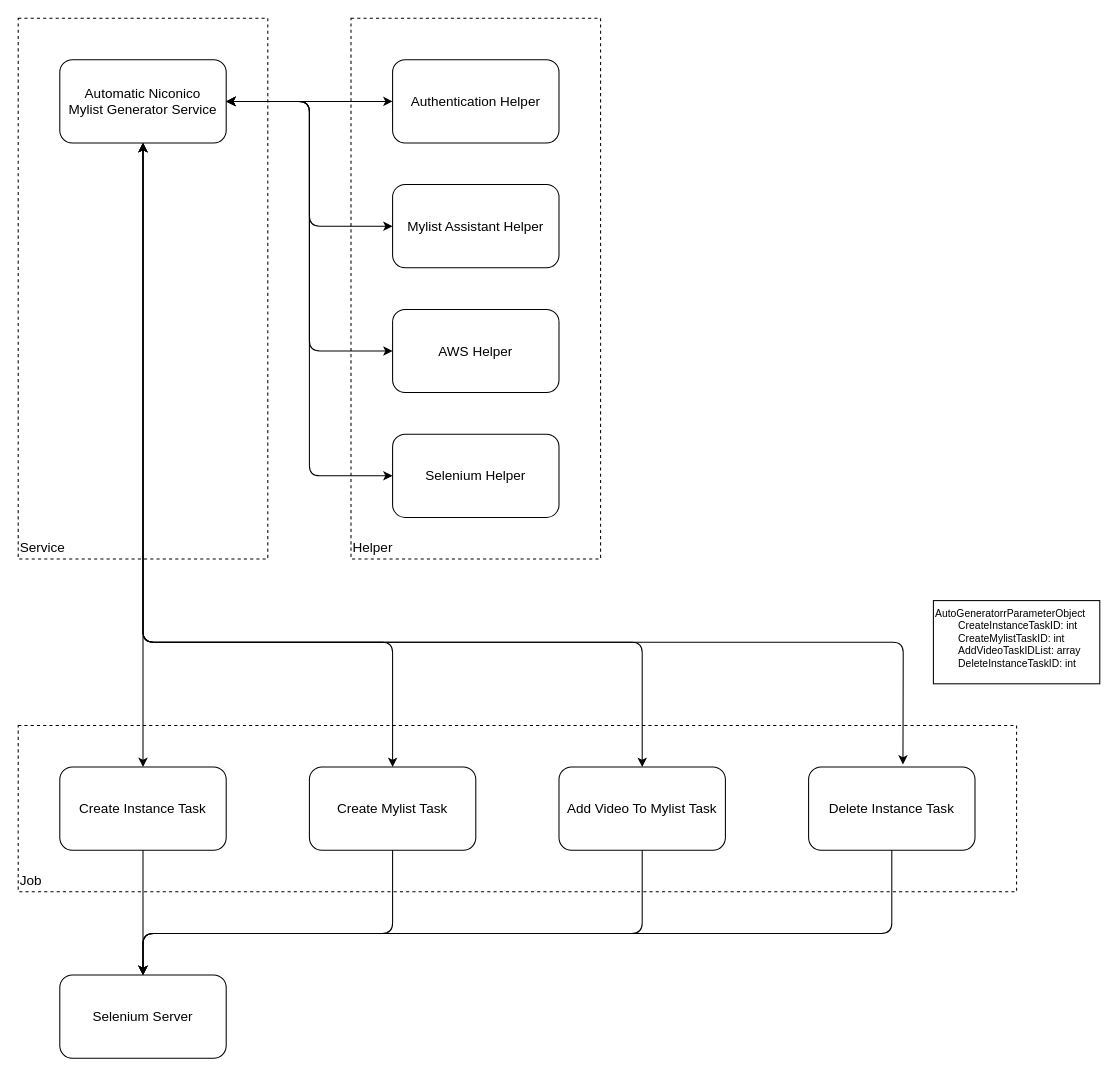
Before: page "Component" (2 of 2) of Doc/AutomaticNiconicoMylistGenerator/assets/assets.drawio in PONzu-0529/ponzu0529-niconico, a draw.io diagram. Source tidied: cells renumbered, new cells numbered last; positions are measured from the earlier drawing's top-left corner, leaving out a move shared by most shapes. Both pictures are drawn from the tidied source at 104%, with x=0, y=0 at pixel (18, 18).
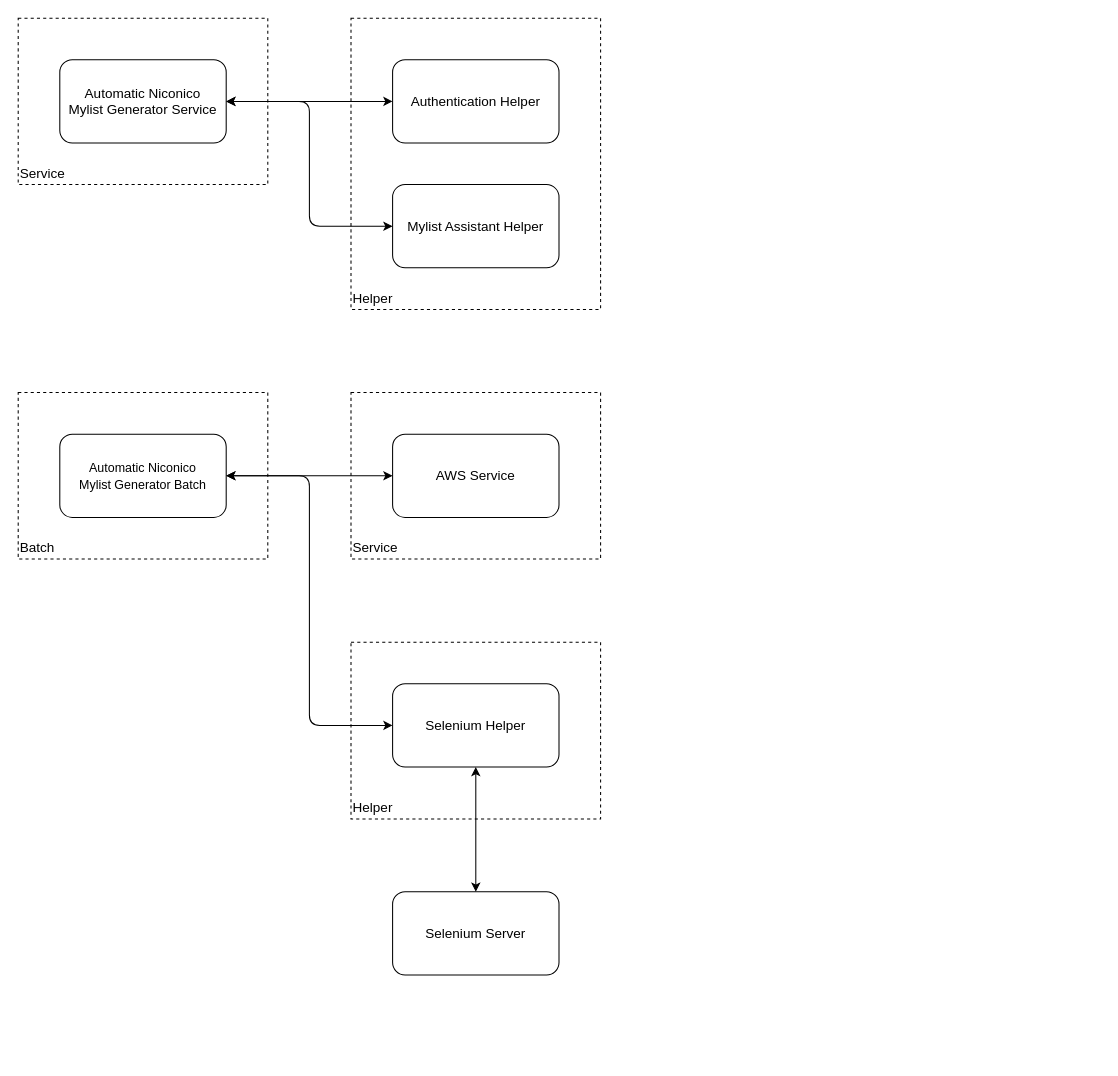
The same page after the edit.

The change refers to these unchanged cells:
```xml
<mxCell id="22" value="Automatic Niconico&lt;br&gt;Mylist Generator Service" style="rounded=1;whiteSpace=wrap;html=1;fillColor=none;fontSize=13;" parent="1" vertex="1">
  <mxGeometry x="40" y="40" width="160" height="80" as="geometry" />
</mxCell>
<mxCell id="25" value="Mylist Assistant Helper" style="rounded=1;whiteSpace=wrap;html=1;fillColor=none;fontSize=13;" parent="1" vertex="1">
  <mxGeometry x="360" y="160" width="160" height="80" as="geometry" />
</mxCell>
<mxCell id="26" value="Authentication Helper" style="rounded=1;whiteSpace=wrap;html=1;fillColor=none;fontSize=13;" parent="1" vertex="1">
  <mxGeometry x="360" y="40" width="160" height="80" as="geometry" />
</mxCell>
```

The edit, as a diff of the source:
```diff
@@
     <mxCell id="2" value="&lt;font style=&quot;font-size: 13px;&quot;&gt;Selenium Server&lt;/font&gt;" style="rounded=1;whiteSpace=wrap;html=1;fillColor=none;fontSize=13;" parent="1" vertex="1">
-      <mxGeometry x="40" y="920" width="160" height="80" as="geometry" />
+      <mxGeometry x="360" y="840" width="160" height="80" as="geometry" />
     </mxCell>
-    <mxCell id="3" value="Job" style="rounded=0;whiteSpace=wrap;html=1;fontSize=13;fillColor=none;align=left;verticalAlign=bottom;dashed=1;" parent="1" vertex="1">
-      <mxGeometry y="680" width="960" height="160" as="geometry" />
+    <mxCell id="3" value="Batch" style="rounded=0;whiteSpace=wrap;html=1;fontSize=13;fillColor=none;align=left;verticalAlign=bottom;dashed=1;" parent="1" vertex="1">
+      <mxGeometry y="360" width="240" height="160" as="geometry" />
     </mxCell>
-    <mxCell id="4" style="edgeStyle=none;html=1;exitX=0.5;exitY=1;exitDx=0;exitDy=0;entryX=0.5;entryY=0;entryDx=0;entryDy=0;fontSize=10;" parent="1" edge="1" source="5" target="2">
-      <mxGeometry relative="1" as="geometry" />
-    </mxCell>
+    <mxCell id="28" style="edgeStyle=none;html=1;exitX=1;exitY=0.5;exitDx=0;exitDy=0;entryX=0;entryY=0.5;entryDx=0;entryDy=0;startArrow=classic;startFill=1;" parent="1" edge="1" source="5" target="31">
+      <mxGeometry relative="1" as="geometry" />
+    </mxCell>
+    <mxCell id="29" style="edgeStyle=none;html=1;exitX=1;exitY=0.5;exitDx=0;exitDy=0;entryX=0;entryY=0.5;entryDx=0;entryDy=0;startArrow=classic;startFill=1;" parent="1" edge="1" source="5" target="24">
+      <mxGeometry relative="1" as="geometry">
+        <Array as="points">
+          <mxPoint x="280" y="440" />
+          <mxPoint x="280" y="680" />
+        </Array>
+      </mxGeometry>
+    </mxCell>
-    <mxCell id="5" value="&lt;font style=&quot;font-size: 13px;&quot;&gt;Create Instance Task&lt;/font&gt;" style="rounded=1;whiteSpace=wrap;html=1;fillColor=none;fontSize=13;" parent="1" vertex="1">
-      <mxGeometry x="40" y="720" width="160" height="80" as="geometry" />
+    <mxCell id="5" value="&lt;span style=&quot;font-size: 12px; text-align: left;&quot;&gt;Automatic Niconico&lt;br&gt;Mylist Generator Batch&lt;/span&gt;" style="rounded=1;whiteSpace=wrap;html=1;fillColor=none;fontSize=13;" parent="1" vertex="1">
+      <mxGeometry x="40" y="400" width="160" height="80" as="geometry" />
     </mxCell>
-    <mxCell id="6" style="edgeStyle=none;html=1;exitX=0.5;exitY=1;exitDx=0;exitDy=0;entryX=0.5;entryY=0;entryDx=0;entryDy=0;fontSize=10;" parent="1" edge="1" source="7" target="2">
-      <mxGeometry relative="1" as="geometry">
-        <Array as="points">
-          <mxPoint x="360" y="880" />
-          <mxPoint x="120" y="880" />
-        </Array>
-      </mxGeometry>
-    </mxCell>
-    <mxCell id="7" value="&lt;font style=&quot;font-size: 13px;&quot;&gt;Create Mylist Task&lt;/font&gt;" style="rounded=1;whiteSpace=wrap;html=1;fillColor=none;fontSize=13;" parent="1" vertex="1">
-      <mxGeometry x="280" y="720" width="160" height="80" as="geometry" />
-    </mxCell>
-    <mxCell id="8" style="edgeStyle=none;html=1;exitX=0.5;exitY=1;exitDx=0;exitDy=0;entryX=0.5;entryY=0;entryDx=0;entryDy=0;fontSize=10;" parent="1" edge="1" source="9" target="2">
-      <mxGeometry relative="1" as="geometry">
-        <Array as="points">
-          <mxPoint x="600" y="880" />
-          <mxPoint x="120" y="880" />
-        </Array>
-      </mxGeometry>
-    </mxCell>
-    <mxCell id="9" value="&lt;font style=&quot;font-size: 13px;&quot;&gt;Add Video To Mylist Task&lt;/font&gt;" style="rounded=1;whiteSpace=wrap;html=1;fillColor=none;fontSize=13;" parent="1" vertex="1">
-      <mxGeometry x="520" y="720" width="160" height="80" as="geometry" />
-    </mxCell>
-    <mxCell id="10" style="edgeStyle=none;html=1;exitX=0.5;exitY=1;exitDx=0;exitDy=0;entryX=0.5;entryY=0;entryDx=0;entryDy=0;fontSize=10;" parent="1" edge="1" source="11" target="2">
-      <mxGeometry relative="1" as="geometry">
-        <Array as="points">
-          <mxPoint x="840" y="880" />
-          <mxPoint x="120" y="880" />
-        </Array>
-      </mxGeometry>
-    </mxCell>
-    <mxCell id="11" value="&lt;font style=&quot;font-size: 13px;&quot;&gt;Delete Instance Task&lt;/font&gt;" style="rounded=1;whiteSpace=wrap;html=1;fillColor=none;fontSize=13;" parent="1" vertex="1">
-      <mxGeometry x="760" y="720" width="160" height="80" as="geometry" />
-    </mxCell>
     <mxCell id="12" value="Service" style="rounded=0;whiteSpace=wrap;html=1;fontSize=13;fillColor=none;align=left;verticalAlign=bottom;dashed=1;" parent="1" vertex="1">
-      <mxGeometry width="240" height="520" as="geometry" />
+      <mxGeometry width="240" height="160" as="geometry" />
     </mxCell>
     <mxCell id="13" value="Helper" style="rounded=0;whiteSpace=wrap;html=1;fontSize=13;fillColor=none;align=left;verticalAlign=bottom;dashed=1;" parent="1" vertex="1">
-      <mxGeometry x="320" width="240" height="520" as="geometry" />
+      <mxGeometry x="320" width="240" height="280" as="geometry" />
     </mxCell>
-    <mxCell id="14" style="edgeStyle=none;html=1;exitX=0.5;exitY=1;exitDx=0;exitDy=0;fontSize=13;startArrow=classic;startFill=1;entryX=0.5;entryY=0;entryDx=0;entryDy=0;" parent="1" edge="1" source="22" target="7">
-      <mxGeometry relative="1" as="geometry">
-        <Array as="points">
-          <mxPoint x="120" y="600" />
-          <mxPoint x="360" y="600" />
-        </Array>
-      </mxGeometry>
-    </mxCell>
+    <mxCell id="17" style="edgeStyle=none;html=1;exitX=1;exitY=0.5;exitDx=0;exitDy=0;entryX=0;entryY=0.5;entryDx=0;entryDy=0;startArrow=classic;startFill=1;" parent="1" edge="1" source="22" target="25">
+      <mxGeometry relative="1" as="geometry">
+        <Array as="points">
+          <mxPoint x="280" y="80" />
+          <mxPoint x="280" y="200" />
+        </Array>
+      </mxGeometry>
+    </mxCell>
-    <mxCell id="15" style="edgeStyle=none;html=1;exitX=1;exitY=0.5;exitDx=0;exitDy=0;entryX=0;entryY=0.5;entryDx=0;entryDy=0;fontSize=13;startArrow=classic;startFill=1;" parent="1" edge="1" source="22" target="26">
+    <mxCell id="15" style="edgeStyle=none;html=1;exitX=1;exitY=0.5;exitDx=0;exitDy=0;entryX=0;entryY=0.5;entryDx=0;entryDy=0;startArrow=classic;startFill=1;" parent="1" edge="1" source="22" target="26">
       <mxGeometry relative="1" as="geometry" />
     </mxCell>
-    <mxCell id="16" style="edgeStyle=none;html=1;exitX=0.5;exitY=1;exitDx=0;exitDy=0;entryX=0.5;entryY=0;entryDx=0;entryDy=0;fontSize=13;startArrow=classic;startFill=1;" parent="1" edge="1" source="22" target="5">
-      <mxGeometry relative="1" as="geometry">
-        <Array as="points">
-          <mxPoint x="120" y="560" />
-        </Array>
-      </mxGeometry>
-    </mxCell>
-    <mxCell id="17" style="edgeStyle=none;html=1;exitX=1;exitY=0.5;exitDx=0;exitDy=0;entryX=0;entryY=0.5;entryDx=0;entryDy=0;fontSize=13;startArrow=classic;startFill=1;" parent="1" edge="1" source="22" target="25">
-      <mxGeometry relative="1" as="geometry">
-        <Array as="points">
-          <mxPoint x="280" y="80" />
-          <mxPoint x="280" y="200" />
-        </Array>
-      </mxGeometry>
-    </mxCell>
-    <mxCell id="18" style="edgeStyle=none;html=1;exitX=1;exitY=0.5;exitDx=0;exitDy=0;entryX=0;entryY=0.5;entryDx=0;entryDy=0;fontSize=13;startArrow=classic;startFill=1;" parent="1" edge="1" source="22" target="23">
-      <mxGeometry relative="1" as="geometry">
-        <Array as="points">
-          <mxPoint x="280" y="80" />
-          <mxPoint x="280" y="320" />
-        </Array>
-      </mxGeometry>
-    </mxCell>
-    <mxCell id="19" style="edgeStyle=none;html=1;exitX=1;exitY=0.5;exitDx=0;exitDy=0;entryX=0;entryY=0.5;entryDx=0;entryDy=0;fontSize=13;startArrow=classic;startFill=1;" parent="1" edge="1" source="22" target="24">
-      <mxGeometry relative="1" as="geometry">
-        <Array as="points">
-          <mxPoint x="280" y="80" />
-          <mxPoint x="280" y="440" />
-        </Array>
-      </mxGeometry>
-    </mxCell>
-    <mxCell id="20" style="edgeStyle=none;html=1;exitX=0.5;exitY=1;exitDx=0;exitDy=0;entryX=0.5;entryY=0;entryDx=0;entryDy=0;fontSize=13;startArrow=classic;startFill=1;" parent="1" edge="1" source="22" target="9">
-      <mxGeometry relative="1" as="geometry">
-        <Array as="points">
-          <mxPoint x="120" y="600" />
-          <mxPoint x="360" y="600" />
-          <mxPoint x="500" y="600" />
-          <mxPoint x="600" y="600" />
-        </Array>
-      </mxGeometry>
-    </mxCell>
-    <mxCell id="21" style="edgeStyle=none;html=1;exitX=0.5;exitY=1;exitDx=0;exitDy=0;entryX=0.567;entryY=-0.03;entryDx=0;entryDy=0;fontSize=13;startArrow=classic;startFill=1;entryPerimeter=0;" parent="1" edge="1" source="22" target="11">
-      <mxGeometry relative="1" as="geometry">
-        <Array as="points">
-          <mxPoint x="120" y="600" />
-          <mxPoint x="270" y="600" />
-          <mxPoint x="851" y="600" />
-        </Array>
-      </mxGeometry>
-    </mxCell>
@@
-    <mxCell id="23" value="AWS Helper" style="rounded=1;whiteSpace=wrap;html=1;fillColor=none;fontSize=13;" parent="1" vertex="1">
-      <mxGeometry x="360" y="280" width="160" height="80" as="geometry" />
-    </mxCell>
-    <mxCell id="24" value="Selenium Helper" style="rounded=1;whiteSpace=wrap;html=1;fillColor=none;fontSize=13;" parent="1" vertex="1">
-      <mxGeometry x="360" y="400" width="160" height="80" as="geometry" />
-    </mxCell>
@@
-    <mxCell id="27" value="AutoGeneratorrParameterObject&lt;br&gt;&lt;span style=&quot;&quot;&gt;&#9;&lt;/span&gt;&lt;span style=&quot;white-space: pre;&quot;&gt;&#9;&lt;/span&gt;CreateInstanceTaskID: int&lt;br style=&quot;font-size: 10px;&quot;&gt;&lt;span style=&quot;&quot;&gt;&#9;&lt;/span&gt;&lt;span style=&quot;white-space: pre;&quot;&gt;&#9;&lt;/span&gt;CreateMylistTaskID: int&lt;br style=&quot;font-size: 10px;&quot;&gt;&lt;span style=&quot;&quot;&gt;&#9;&lt;/span&gt;&lt;span style=&quot;white-space: pre;&quot;&gt;&#9;&lt;/span&gt;AddVideoTaskIDList: array&lt;br style=&quot;font-size: 10px;&quot;&gt;&lt;span style=&quot;&quot;&gt;&#9;&lt;/span&gt;&lt;span style=&quot;white-space: pre;&quot;&gt;&#9;&lt;/span&gt;DeleteInstanceTaskID: int" style="rounded=0;whiteSpace=wrap;html=1;fillColor=none;align=left;verticalAlign=top;fontSize=10;" parent="1" vertex="1">
-      <mxGeometry x="880" y="560" width="160" height="80" as="geometry" />
-    </mxCell>
+    <mxCell id="30" value="Service" style="rounded=0;whiteSpace=wrap;html=1;fontSize=13;fillColor=none;align=left;verticalAlign=bottom;dashed=1;" parent="1" vertex="1">
+      <mxGeometry x="320" y="360" width="240" height="160" as="geometry" />
+    </mxCell>
+    <mxCell id="31" value="AWS Service" style="rounded=1;whiteSpace=wrap;html=1;fillColor=none;fontSize=13;" parent="1" vertex="1">
+      <mxGeometry x="360" y="400" width="160" height="80" as="geometry" />
+    </mxCell>
+    <mxCell id="32" value="Helper" style="rounded=0;whiteSpace=wrap;html=1;fontSize=13;fillColor=none;align=left;verticalAlign=bottom;dashed=1;" parent="1" vertex="1">
+      <mxGeometry x="320" y="600" width="240" height="170" as="geometry" />
+    </mxCell>
+    <mxCell id="33" style="edgeStyle=none;html=1;exitX=0.5;exitY=1;exitDx=0;exitDy=0;entryX=0.5;entryY=0;entryDx=0;entryDy=0;startArrow=classic;startFill=1;" parent="1" edge="1" source="24" target="2">
+      <mxGeometry relative="1" as="geometry" />
+    </mxCell>
+    <mxCell id="24" value="Selenium Helper" style="rounded=1;whiteSpace=wrap;html=1;fillColor=none;fontSize=13;" parent="1" vertex="1">
+      <mxGeometry x="360" y="640" width="160" height="80" as="geometry" />
+    </mxCell>
```
